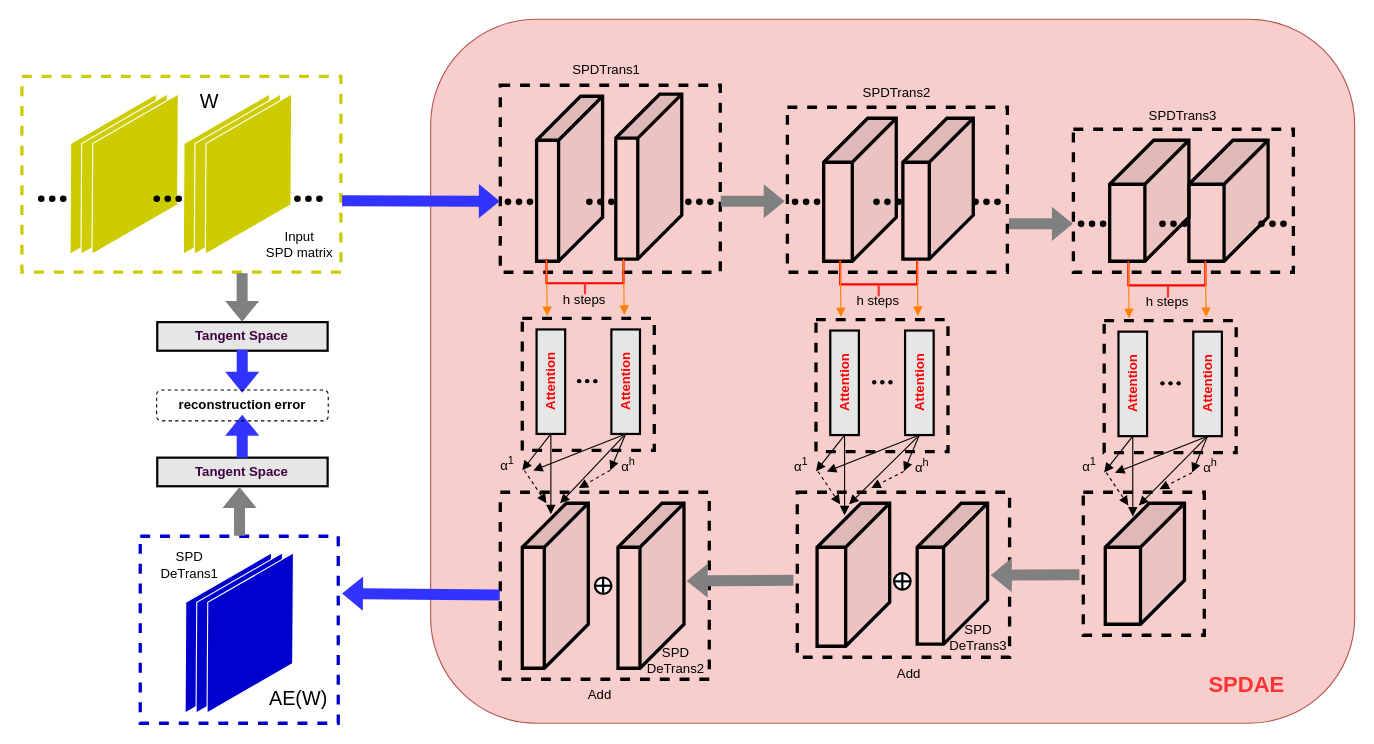
Earlier version of the draw.io diagram page "第 6 页" (6 of 6) of spd.drawio (balllightnings/draw). Source tidied: cells renumbered, new cells numbered last; positions are measured from the earlier drawing's top-left corner, leaving out a move shared by most shapes. Both pictures are drawn from the tidied source at 110%, with x=0, y=0 at pixel (19, 19).
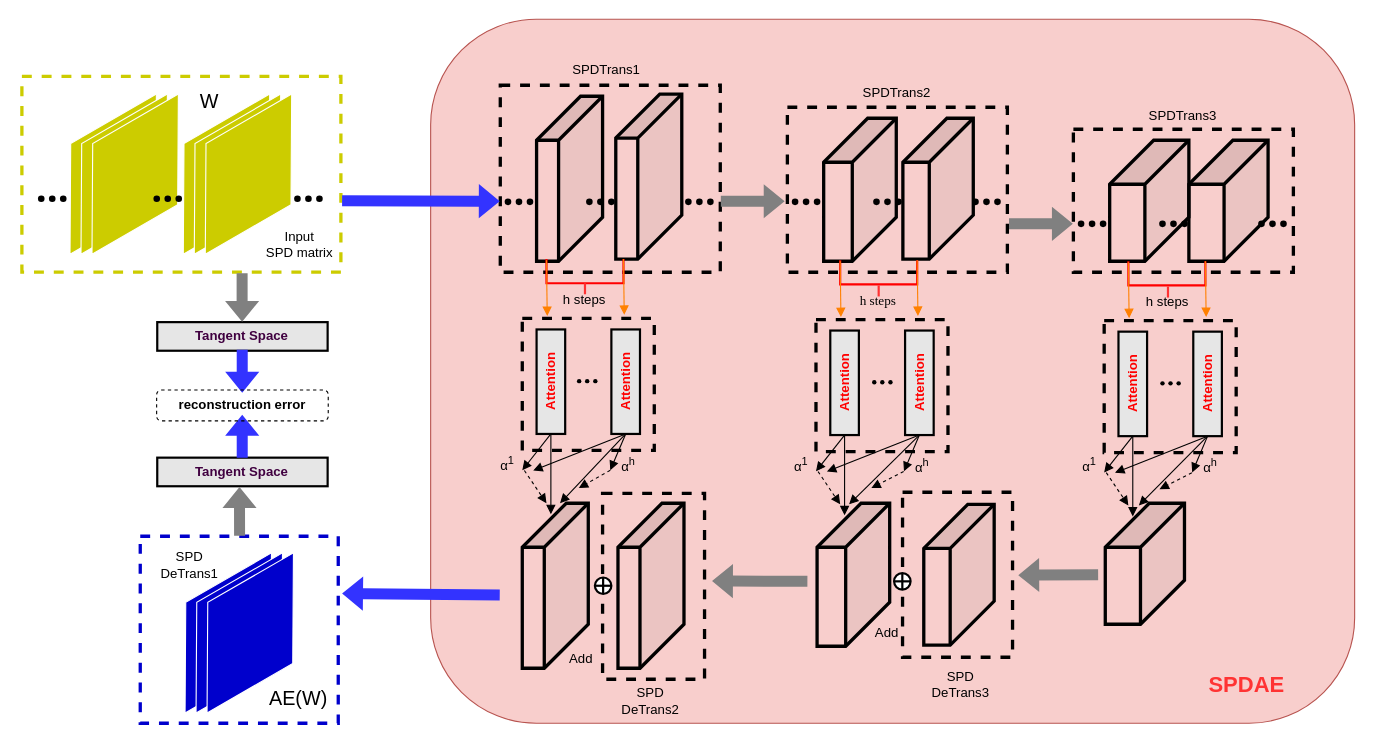
The same page after the edit.

The change refers to these unchanged cells:
```xml
<mxCell id="48" value="&lt;b&gt;&lt;font color=&quot;#FF0000&quot;&gt;Attention&lt;/font&gt;&lt;/b&gt;" style="rounded=0;whiteSpace=wrap;html=1;fillStyle=auto;strokeColor=#000000;strokeWidth=2;fillColor=#E6E6E6;gradientColor=none;direction=west;horizontal=0;" parent="1" vertex="1">
  <mxGeometry x="538.3" y="282" width="26" height="95" as="geometry" />
</mxCell>
<mxCell id="55" style="shape=cube;whiteSpace=wrap;html=1;boundedLbl=1;backgroundOutline=1;darkOpacity=0.05;darkOpacity2=0.1;fillStyle=auto;strokeColor=#000000;strokeWidth=3;fillColor=none;gradientColor=default;direction=south;size=40;" parent="1" vertex="1">
  <mxGeometry x="544.3" y="440" width="60" height="150" as="geometry" />
</mxCell>
```

What changed in the source:
```diff
@@
-    <mxCell id="8" style="rounded=0;whiteSpace=wrap;html=1;fillStyle=auto;strokeColor=#000000;fillColor=none;gradientColor=default;dashed=1;strokeWidth=3;" parent="1" vertex="1">
-      <mxGeometry x="437.3" y="430" width="190" height="170" as="geometry" />
-    </mxCell>
@@
-    <mxCell id="59" style="endArrow=block;html=1;rounded=0;fontSize=1;fontColor=#CCFFFF;strokeColor=#000000;fillColor=#3333FF;exitX=0.5;exitY=0;exitDx=0;exitDy=0;entryX=0.286;entryY=0.059;entryDx=0;entryDy=0;entryPerimeter=0;endFill=1;" parent="1" edge="1" source="48" target="8">
-      <mxGeometry relative="1" as="geometry" />
+    <mxCell id="59" style="endArrow=block;html=1;rounded=0;fontSize=1;fontColor=#CCFFFF;strokeColor=#000000;fillColor=#3333FF;exitX=0.5;exitY=0;exitDx=0;exitDy=0;entryX=0.286;entryY=0.059;entryDx=0;entryDy=0;entryPerimeter=0;endFill=1;" parent="1" edge="1" source="48">
+      <mxGeometry relative="1" as="geometry">
+        <mxPoint x="491.6" y="440" as="targetPoint" />
+      </mxGeometry>
     </mxCell>
@@
-    <mxCell id="62" style="shape=orEllipse;perimeter=ellipsePerimeter;whiteSpace=wrap;html=1;backgroundOutline=1;fillStyle=auto;fontSize=1;fontColor=#CCFFFF;strokeColor=default;strokeWidth=2;fillColor=#FFFFFF;gradientColor=none;" parent="1" vertex="1">
-      <mxGeometry x="523.3" y="507.5" width="15" height="15" as="geometry" />
-    </mxCell>
@@
     <mxCell id="80" style="rounded=0;whiteSpace=wrap;html=1;fillStyle=auto;strokeColor=#000000;fillColor=none;gradientColor=default;dashed=1;strokeWidth=3;" parent="1" vertex="1">
-      <mxGeometry x="707.3" y="430" width="193" height="150" as="geometry" />
+      <mxGeometry x="803" y="430" width="100" height="150" as="geometry" />
     </mxCell>
@@
     <mxCell id="82" style="shape=cube;whiteSpace=wrap;html=1;boundedLbl=1;backgroundOutline=1;darkOpacity=0.05;darkOpacity2=0.1;fillStyle=auto;strokeColor=#000000;strokeWidth=3;fillColor=none;gradientColor=default;direction=south;size=40;" parent="1" vertex="1">
-      <mxGeometry x="816.3" y="440" width="64" height="128" as="geometry" />
+      <mxGeometry x="822.3" y="441" width="64" height="128" as="geometry" />
     </mxCell>
@@
-    <mxCell id="101" style="rounded=0;whiteSpace=wrap;html=1;fillStyle=auto;strokeColor=#000000;fillColor=none;gradientColor=default;dashed=1;strokeWidth=3;" parent="1" vertex="1">
-      <mxGeometry x="967.3" y="430" width="110" height="130" as="geometry" />
-    </mxCell>
@@
-    <mxCell id="103" style="shape=flexArrow;endArrow=classic;html=1;rounded=0;fillColor=#808080;entryX=0.511;entryY=-0.038;entryDx=0;entryDy=0;entryPerimeter=0;strokeColor=none;" parent="1" edge="1" target="82">
+    <mxCell id="103" style="shape=flexArrow;endArrow=classic;html=1;rounded=0;fillColor=#808080;entryX=0.511;entryY=-0.038;entryDx=0;entryDy=0;entryPerimeter=0;strokeColor=none;" parent="1" edge="1">
       <mxGeometry relative="1" as="geometry">
-        <mxPoint x="964.3" y="505" as="sourcePoint" />
+        <mxPoint x="981.3" y="505" as="sourcePoint" />
+        <mxPoint x="907.7" y="505.4" as="targetPoint" />
       </mxGeometry>
     </mxCell>
-    <mxCell id="104" style="shape=flexArrow;endArrow=classic;html=1;rounded=0;fillColor=#808080;entryX=0.471;entryY=-0.033;entryDx=0;entryDy=0;entryPerimeter=0;strokeColor=none;" parent="1" edge="1" target="55">
+    <mxCell id="104" style="shape=flexArrow;endArrow=classic;html=1;rounded=0;fillColor=#808080;entryX=0.471;entryY=-0.033;entryDx=0;entryDy=0;entryPerimeter=0;strokeColor=none;" parent="1" edge="1">
       <mxGeometry relative="1" as="geometry">
-        <mxPoint x="704.3" y="510" as="sourcePoint" />
+        <mxPoint x="717" y="511" as="sourcePoint" />
+        <mxPoint x="629.3" y="510.7" as="targetPoint" />
       </mxGeometry>
     </mxCell>
@@
     <mxCell id="129" value="Add" style="rounded=1;whiteSpace=wrap;html=1;dashed=1;fillStyle=dots;strokeColor=none;fillColor=none;" parent="1" vertex="1">
-      <mxGeometry x="493.3" y="600" width="70" height="28" as="geometry" />
+      <mxGeometry x="476" y="568" width="70" height="28" as="geometry" />
     </mxCell>
     <mxCell id="130" value="Add" style="rounded=1;whiteSpace=wrap;html=1;dashed=1;fillStyle=dots;strokeColor=none;fillColor=none;" parent="1" vertex="1">
-      <mxGeometry x="774.3" y="581" width="70" height="28" as="geometry" />
+      <mxGeometry x="754.3" y="543.9" width="70" height="28" as="geometry" />
     </mxCell>
@@
     <mxCell id="134" value="SPD&lt;div&gt;DeTrans3&lt;/div&gt;" style="rounded=1;whiteSpace=wrap;html=1;dashed=1;fillStyle=dots;strokeColor=none;fillColor=none;" parent="1" vertex="1">
-      <mxGeometry x="837.3" y="547" width="70" height="30" as="geometry" />
+      <mxGeometry x="821.3" y="590" width="70" height="30" as="geometry" />
     </mxCell>
@@
-    <mxCell id="139" value="h steps" style="rounded=1;whiteSpace=wrap;html=1;dashed=1;fillStyle=dots;strokeColor=none;fillColor=none;" parent="1" vertex="1">
+    <mxCell id="139" value="&lt;font face=&quot;Times New Roman&quot;&gt;h steps&lt;/font&gt;" style="rounded=1;whiteSpace=wrap;html=1;dashed=1;fillStyle=dots;strokeColor=none;fillColor=none;" parent="1" vertex="1">
       <mxGeometry x="746.3" y="242" width="70" height="28" as="geometry" />
     </mxCell>
@@
     <mxCell id="148" value="SPD&lt;div&gt;DeTrans2&lt;/div&gt;" style="rounded=1;whiteSpace=wrap;html=1;dashed=1;fillStyle=dots;strokeColor=none;fillColor=none;" parent="1" vertex="1">
-      <mxGeometry x="562.3" y="568" width="70" height="30" as="geometry" />
+      <mxGeometry x="539.3" y="604.5" width="70" height="30" as="geometry" />
     </mxCell>
@@
+    <mxCell id="160" style="rounded=0;whiteSpace=wrap;html=1;fillStyle=auto;strokeColor=#000000;fillColor=none;gradientColor=default;dashed=1;strokeWidth=3;" parent="1" vertex="1">
+      <mxGeometry x="530.3" y="431" width="92.7" height="169" as="geometry" />
+    </mxCell>
@@
+    <mxCell id="62" style="shape=orEllipse;perimeter=ellipsePerimeter;whiteSpace=wrap;html=1;backgroundOutline=1;fillStyle=auto;fontSize=1;fontColor=#CCFFFF;strokeColor=default;strokeWidth=2;fillColor=#FFFFFF;gradientColor=none;" parent="1" vertex="1">
+      <mxGeometry x="523.3" y="507.5" width="15" height="15" as="geometry" />
+    </mxCell>
```
